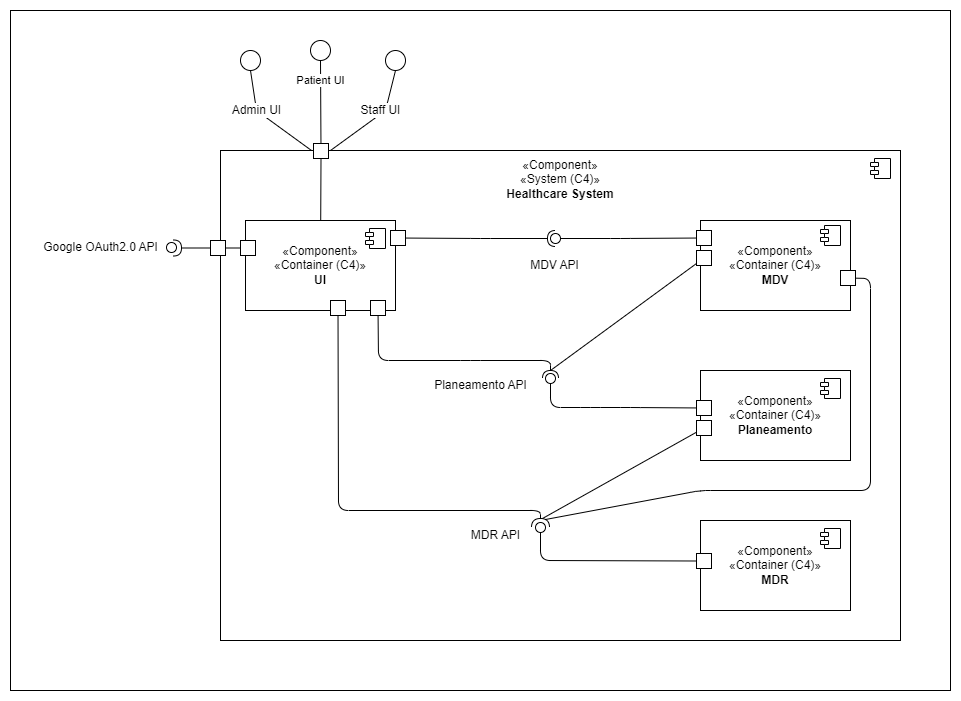
The draw.io diagram docs/global-artifacts/03.design/logical-view/level-2/png/N2-VL.png in vscosousa/LAPR5_3DC_G15, before a commit. Source tidied: cells renumbered, new cells last; positions are measured from the earlier drawing's top-left corner, leaving out a move shared by most shapes.
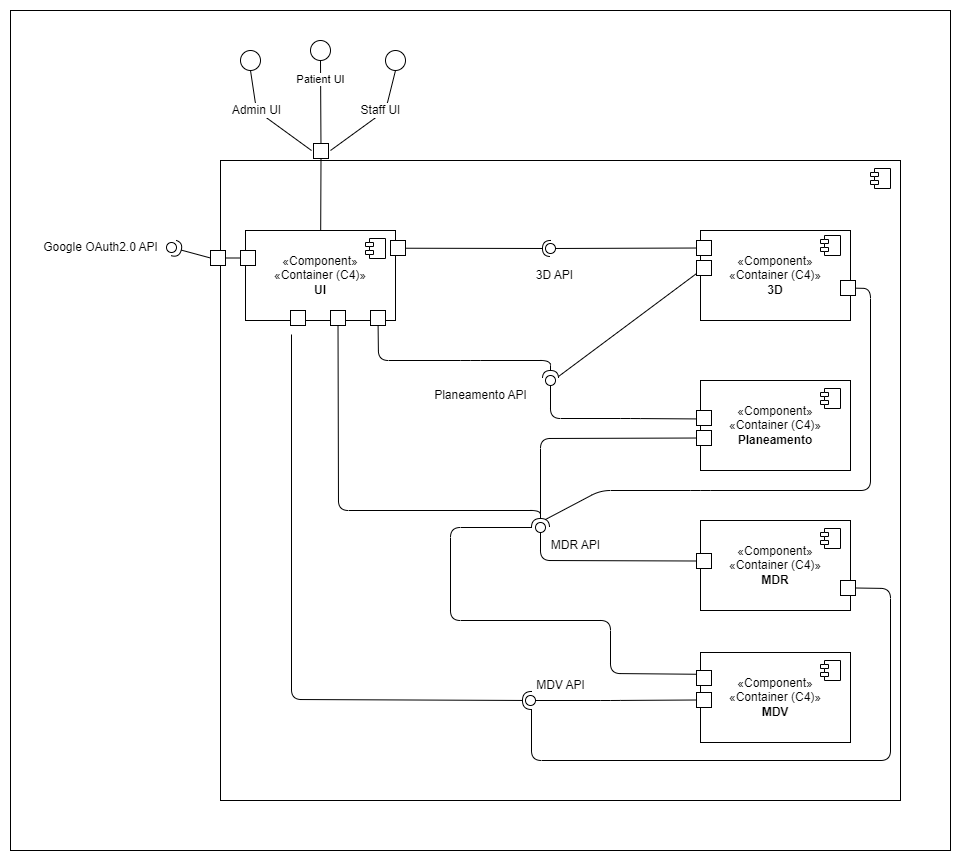
Later version of the same file.

The edit, as a diff of the source:
```diff
@@ -3,44 +3,33 @@
     <mxCell id="0" />
     <mxCell id="1" value="back" parent="0" />
     <mxCell id="2" style="rounded=0;whiteSpace=wrap;html=1;fillColor=default;" parent="1" vertex="1">
-      <mxGeometry width="940" height="680" as="geometry" />
+      <mxGeometry width="940" height="840" as="geometry" />
     </mxCell>
     <mxCell id="3" value="Box" parent="0" />
     <mxCell id="4" style="group;" parent="3" vertex="1">
-      <mxGeometry x="210" y="140" width="680" height="500" as="geometry" />
+      <mxGeometry x="210" y="150" width="680" height="640" as="geometry" />
     </mxCell>
-    <mxCell id="5" value="«Component»&lt;br&gt;«System (C4)»&lt;br&gt;&lt;b&gt;Healthcare System&lt;br&gt;&lt;br&gt;&lt;br&gt;&lt;br&gt;&lt;br&gt;&lt;br&gt;&lt;br&gt;&lt;br&gt;&lt;br&gt;&lt;br&gt;&lt;br&gt;&lt;br&gt;&lt;br&gt;&lt;br&gt;&lt;br&gt;&lt;br&gt;&lt;br&gt;&lt;br&gt;&lt;br&gt;&lt;br&gt;&lt;br&gt;&lt;br&gt;&lt;br&gt;&lt;br&gt;&lt;br&gt;&lt;br&gt;&lt;br&gt;&lt;br&gt;&lt;br&gt;&lt;br&gt;&lt;br&gt;&lt;/b&gt;" style="html=1;whiteSpace=wrap;" parent="4" vertex="1">
-      <mxGeometry width="680" height="490" as="geometry" />
+    <mxCell id="5" style="html=1;whiteSpace=wrap;" parent="4" vertex="1">
+      <mxGeometry width="680" height="640" as="geometry" />
     </mxCell>
     <mxCell id="6" style="shape=module;jettyWidth=8;jettyHeight=4;" parent="5" vertex="1">
       <mxGeometry x="1" width="20" height="20" relative="1" as="geometry">
         <mxPoint x="-30" y="8" as="offset" />
       </mxGeometry>
     </mxCell>
-    <mxCell id="7" value="MDV API" style="text;html=1;align=center;verticalAlign=middle;strokeColor=none;fillColor=none;" parent="4" vertex="1">
-      <mxGeometry x="299" y="100" width="70" height="30" as="geometry" />
+    <mxCell id="7" value="3D API" style="text;html=1;align=center;verticalAlign=middle;strokeColor=none;fillColor=none;" parent="4" vertex="1">
+      <mxGeometry x="304" y="100" width="60" height="30" as="geometry" />
     </mxCell>
     <mxCell id="8" value="MDR API" style="text;html=1;align=center;verticalAlign=middle;strokeColor=none;fillColor=none;" parent="4" vertex="1">
-      <mxGeometry x="240" y="370" width="70" height="30" as="geometry" />
+      <mxGeometry x="320" y="370" width="70" height="30" as="geometry" />
     </mxCell>
     <mxCell id="9" value="Planeamento API" style="text;html=1;align=center;verticalAlign=middle;strokeColor=none;fillColor=none;" parent="4" vertex="1">
       <mxGeometry x="200" y="220" width="120" height="30" as="geometry" />
     </mxCell>
-    <mxCell id="10" style="group;" parent="4" vertex="1">
-      <mxGeometry x="480" y="370" width="160" height="90" as="geometry" />
-    </mxCell>
-    <mxCell id="11" value="«Component»&lt;br&gt;«Container (C4)»&lt;br&gt;&lt;b&gt;MDR&lt;/b&gt;" style="html=1;whiteSpace=wrap;" parent="10" vertex="1">
-      <mxGeometry width="150" height="90" as="geometry" />
-    </mxCell>
-    <mxCell id="12" style="shape=module;jettyWidth=8;jettyHeight=4;" parent="11" vertex="1">
-      <mxGeometry x="1" width="20" height="20" relative="1" as="geometry">
-        <mxPoint x="-30" y="8" as="offset" />
-      </mxGeometry>
-    </mxCell>
     <mxCell id="13" style="group;" parent="4" vertex="1">
       <mxGeometry x="480" y="70" width="160" height="90" as="geometry" />
     </mxCell>
-    <mxCell id="14" value="«Component»&lt;br&gt;«Container (C4)»&lt;br&gt;&lt;b&gt;MDV&lt;/b&gt;" style="html=1;whiteSpace=wrap;" parent="13" vertex="1">
+    <mxCell id="14" value="«Component»&lt;br&gt;«Container (C4)»&lt;br&gt;&lt;b&gt;3D&lt;/b&gt;" style="html=1;whiteSpace=wrap;" parent="13" vertex="1">
       <mxGeometry width="150" height="90" as="geometry" />
     </mxCell>
     <mxCell id="15" style="whiteSpace=wrap;html=1;" parent="13" vertex="1">
@@ -59,7 +48,7 @@
     </mxCell>
     <mxCell id="19" style="edgeStyle=none;jumpSize=6;html=1;strokeWidth=1;endArrow=none;endFill=0;startSize=6;endSize=6;" parent="4" edge="1" source="17">
       <mxGeometry relative="1" as="geometry">
-        <mxPoint x="330" y="220" as="targetPoint" />
+        <mxPoint x="338" y="216" as="targetPoint" />
       </mxGeometry>
     </mxCell>
     <mxCell id="20" style="group;" parent="4" vertex="1">
@@ -96,18 +85,82 @@
     <mxCell id="29" style="whiteSpace=wrap;html=1;" parent="25" vertex="1">
       <mxGeometry x="125" y="80" width="15" height="15" as="geometry" />
     </mxCell>
-    <mxCell id="30" style="whiteSpace=wrap;html=1;" parent="25" vertex="1">
+    <mxCell id="30" value="&lt;span style=&quot;color: rgba(0, 0, 0, 0); font-family: monospace; font-size: 0px; text-align: start;&quot;&gt;%3CmxGraphModel%3E%3Croot%3E%3CmxCell%20id%3D%220%22%2F%3E%3CmxCell%20id%3D%221%22%20parent%3D%220%22%2F%3E%3CmxCell%20id%3D%222%22%20value%3D%22%22%20style%3D%22whiteSpace%3Dwrap%3Bhtml%3D1%3Baspect%3Dfixed%3B%22%20vertex%3D%221%22%20parent%3D%221%22%3E%3CmxGeometry%20x%3D%22190%22%20y%3D%22260%22%20width%3D%2215%22%20height%3D%2215%22%20as%3D%22geometry%22%2F%3E%3C%2FmxCell%3E%3C%2Froot%3E%3C%2FmxGraphModel%3E&lt;/span&gt;" style="whiteSpace=wrap;html=1;" parent="25" vertex="1">
       <mxGeometry x="85" y="80" width="15" height="15" as="geometry" />
     </mxCell>
     <mxCell id="31" style="whiteSpace=wrap;html=1;" parent="25" vertex="1">
       <mxGeometry x="-5" y="20" width="15" height="15" as="geometry" />
     </mxCell>
+    <mxCell id="56" value="&lt;span style=&quot;color: rgba(0, 0, 0, 0); font-family: monospace; font-size: 0px; text-align: start;&quot;&gt;%3CmxGraphModel%3E%3Croot%3E%3CmxCell%20id%3D%220%22%2F%3E%3CmxCell%20id%3D%221%22%20parent%3D%220%22%2F%3E%3CmxCell%20id%3D%222%22%20value%3D%22%22%20style%3D%22whiteSpace%3Dwrap%3Bhtml%3D1%3Baspect%3Dfixed%3B%22%20vertex%3D%221%22%20parent%3D%221%22%3E%3CmxGeometry%20x%3D%22190%22%20y%3D%22260%22%20width%3D%2215%22%20height%3D%2215%22%20as%3D%22geometry%22%2F%3E%3C%2FmxCell%3E%3C%2Froot%3E%3C%2FmxGraphModel%3E&lt;/span&gt;" style="whiteSpace=wrap;html=1;" parent="25" vertex="1">
+      <mxGeometry x="45" y="80" width="15" height="15" as="geometry" />
+    </mxCell>
     <mxCell id="32" style="whiteSpace=wrap;html=1;" parent="4" vertex="1">
       <mxGeometry x="-10" y="90" width="15" height="15" as="geometry" />
     </mxCell>
     <mxCell id="33" style="edgeStyle=none;html=1;exitX=0;exitY=0.5;exitDx=0;exitDy=0;endArrow=none;endFill=0;" parent="4" edge="1" source="31" target="32">
       <mxGeometry relative="1" as="geometry" />
     </mxCell>
+    <mxCell id="57" style="group;" parent="4" vertex="1">
+      <mxGeometry x="480" y="492" width="150" height="90" as="geometry" />
+    </mxCell>
+    <mxCell id="58" value="«Component»&lt;br&gt;«Container (C4)»&lt;br&gt;&lt;b&gt;MDV&lt;/b&gt;" style="html=1;whiteSpace=wrap;" parent="57" vertex="1">
+      <mxGeometry width="150" height="90" as="geometry" />
+    </mxCell>
+    <mxCell id="59" style="shape=module;jettyWidth=8;jettyHeight=4;" parent="58" vertex="1">
+      <mxGeometry x="1" width="20" height="20" relative="1" as="geometry">
+        <mxPoint x="-30" y="8" as="offset" />
+      </mxGeometry>
+    </mxCell>
+    <mxCell id="60" style="whiteSpace=wrap;html=1;" parent="57" vertex="1">
+      <mxGeometry x="-4" y="40" width="15" height="15" as="geometry" />
+    </mxCell>
+    <mxCell id="61" style="whiteSpace=wrap;html=1;" parent="57" vertex="1">
+      <mxGeometry x="-4" y="18" width="15" height="15" as="geometry" />
+    </mxCell>
+    <mxCell id="62" style="edgeStyle=none;jumpSize=6;html=1;endArrow=halfCircle;endFill=0;startSize=6;endSize=7;exitX=0.5;exitY=1;exitDx=0;exitDy=0;" parent="4" edge="1">
+      <mxGeometry relative="1" as="geometry">
+        <mxPoint x="71" y="174" as="sourcePoint" />
+        <mxPoint x="311" y="540" as="targetPoint" />
+        <Array as="points">
+          <mxPoint x="71" y="539" />
+        </Array>
+      </mxGeometry>
+    </mxCell>
+    <mxCell id="63" style="edgeStyle=none;jumpSize=6;html=1;endArrow=oval;endFill=0;startSize=6;endSize=10;exitX=0;exitY=0.5;exitDx=0;exitDy=0;" parent="4" edge="1" source="60">
+      <mxGeometry relative="1" as="geometry">
+        <mxPoint x="310" y="540" as="targetPoint" />
+        <Array as="points">
+          <mxPoint x="390" y="540" />
+        </Array>
+      </mxGeometry>
+    </mxCell>
+    <mxCell id="64" value="MDV API" style="text;html=1;align=center;verticalAlign=middle;strokeColor=none;fillColor=none;" parent="4" vertex="1">
+      <mxGeometry x="305" y="510" width="70" height="30" as="geometry" />
+    </mxCell>
+    <mxCell id="10" style="group;" parent="4" vertex="1">
+      <mxGeometry x="480" y="360" width="160" height="90" as="geometry" />
+    </mxCell>
+    <mxCell id="11" value="«Component»&lt;br&gt;«Container (C4)»&lt;br&gt;&lt;b&gt;MDR&lt;/b&gt;" style="html=1;whiteSpace=wrap;" parent="10" vertex="1">
+      <mxGeometry width="150" height="90" as="geometry" />
+    </mxCell>
+    <mxCell id="12" style="shape=module;jettyWidth=8;jettyHeight=4;" parent="11" vertex="1">
+      <mxGeometry x="1" width="20" height="20" relative="1" as="geometry">
+        <mxPoint x="-30" y="8" as="offset" />
+      </mxGeometry>
+    </mxCell>
+    <mxCell id="65" style="whiteSpace=wrap;html=1;" parent="4" vertex="1">
+      <mxGeometry x="620" y="420" width="15" height="15" as="geometry" />
+    </mxCell>
+    <mxCell id="66" style="edgeStyle=none;html=1;endArrow=none;endFill=0;exitX=1;exitY=0.5;exitDx=0;exitDy=0;" parent="4" edge="1" source="65">
+      <mxGeometry relative="1" as="geometry">
+        <mxPoint x="311" y="548.5" as="targetPoint" />
+        <Array as="points">
+          <mxPoint x="670" y="428" />
+          <mxPoint x="670" y="600" />
+          <mxPoint x="311" y="600" />
+        </Array>
+      </mxGeometry>
+    </mxCell>
     <mxCell id="34" value="Admin UI" style="edgeStyle=none;html=1;entryX=0.5;entryY=1;entryDx=0;entryDy=0;fontSize=12;endArrow=none;endFill=0;exitX=0;exitY=0.5;exitDx=0;exitDy=0;" parent="3" edge="1">
       <mxGeometry x="0.25" relative="1" as="geometry">
         <mxPoint x="301" y="140" as="sourcePoint" />
@@ -153,20 +206,15 @@
     <mxCell id="45" style="endArrow=none;html=1;rounded=0;entryX=0.5;entryY=1;entryDx=0;entryDy=0;" parent="42" edge="1" source="26" target="44">
       <mxGeometry relative="1" as="geometry" />
     </mxCell>
-    <mxCell id="46" style="edgeStyle=none;html=1;endArrow=halfCircle;endFill=0;" parent="42" edge="1" source="28">
+    <mxCell id="46" style="edgeStyle=none;html=1;endArrow=halfCircle;endFill=0;" parent="42" edge="1">
       <mxGeometry relative="1" as="geometry">
-        <mxPoint x="545" y="228" as="targetPoint" />
-        <Array as="points">
-          <mxPoint x="470" y="228" />
-        </Array>
+        <mxPoint x="395" y="237.7" as="sourcePoint" />
+        <mxPoint x="540" y="238" as="targetPoint" />
       </mxGeometry>
     </mxCell>
     <mxCell id="47" style="edgeStyle=none;html=1;endArrow=oval;endFill=0;jumpSize=6;endSize=10;startSize=6;" parent="42" edge="1" source="15">
       <mxGeometry relative="1" as="geometry">
-        <mxPoint x="545" y="228" as="targetPoint" />
-        <Array as="points">
-          <mxPoint x="610" y="228" />
-        </Array>
+        <mxPoint x="540" y="238" as="targetPoint" />
       </mxGeometry>
     </mxCell>
     <mxCell id="48" style="edgeStyle=none;jumpSize=6;html=1;endArrow=halfCircle;endFill=0;startSize=6;endSize=6;" parent="42" edge="1" source="29">
@@ -180,13 +228,13 @@
         </Array>
       </mxGeometry>
     </mxCell>
-    <mxCell id="49" style="edgeStyle=none;jumpSize=6;html=1;endArrow=oval;endFill=0;startSize=6;endSize=10;" parent="42" edge="1" source="23">
+    <mxCell id="49" style="edgeStyle=none;jumpSize=6;html=1;endArrow=oval;endFill=0;startSize=6;endSize=10;" parent="42" edge="1">
       <mxGeometry relative="1" as="geometry">
-        <mxPoint x="540" y="368" as="targetPoint" />
+        <mxPoint x="686" y="408.4" as="sourcePoint" />
+        <mxPoint x="540" y="370" as="targetPoint" />
         <Array as="points">
-          <mxPoint x="620" y="397" />
-          <mxPoint x="580" y="397" />
-          <mxPoint x="540" y="397" />
+          <mxPoint x="620" y="408" />
+          <mxPoint x="540" y="408" />
         </Array>
       </mxGeometry>
     </mxCell>
@@ -211,9 +259,10 @@
       <mxGeometry relative="1" as="geometry">
         <mxPoint x="535" y="509" as="targetPoint" />
         <Array as="points">
-          <mxPoint x="860" y="268" />
+          <mxPoint x="860" y="278" />
           <mxPoint x="860" y="480" />
           <mxPoint x="690" y="480" />
+          <mxPoint x="590" y="480" />
         </Array>
       </mxGeometry>
     </mxCell>
@@ -222,11 +271,30 @@
     </mxCell>
     <mxCell id="54" style="edgeStyle=none;jumpSize=6;html=1;strokeWidth=1;endArrow=none;endFill=0;startSize=6;endSize=6;" parent="42" edge="1" source="24">
       <mxGeometry relative="1" as="geometry">
-        <mxPoint x="532" y="508" as="targetPoint" />
+        <mxPoint x="530" y="508" as="targetPoint" />
+        <Array as="points">
+          <mxPoint x="530" y="428" />
+        </Array>
       </mxGeometry>
     </mxCell>
     <mxCell id="55" style="edgeStyle=none;html=1;exitX=0;exitY=0.5;exitDx=0;exitDy=0;endArrow=halfCircle;endFill=0;entryX=0.7;entryY=0.55;entryDx=0;entryDy=0;entryPerimeter=0;" parent="42" edge="1" source="32" target="41">
       <mxGeometry relative="1" as="geometry" />
     </mxCell>
+    <mxCell id="67" style="edgeStyle=none;html=1;" parent="42" edge="1">
+      <mxGeometry relative="1" as="geometry">
+        <mxPoint x="510" y="680" as="targetPoint" />
+      </mxGeometry>
+    </mxCell>
+    <mxCell id="68" style="edgeStyle=none;html=1;endArrow=none;endFill=0;exitX=0;exitY=0.25;exitDx=0;exitDy=0;" parent="42" edge="1" source="61">
+      <mxGeometry relative="1" as="geometry">
+        <mxPoint x="521.5" y="517" as="targetPoint" />
+        <Array as="points">
+          <mxPoint x="600" y="663" />
+          <mxPoint x="600" y="610" />
+          <mxPoint x="440" y="610" />
+          <mxPoint x="440" y="517" />
+        </Array>
+      </mxGeometry>
+    </mxCell>
   </root>
 </mxGraphModel>
```
